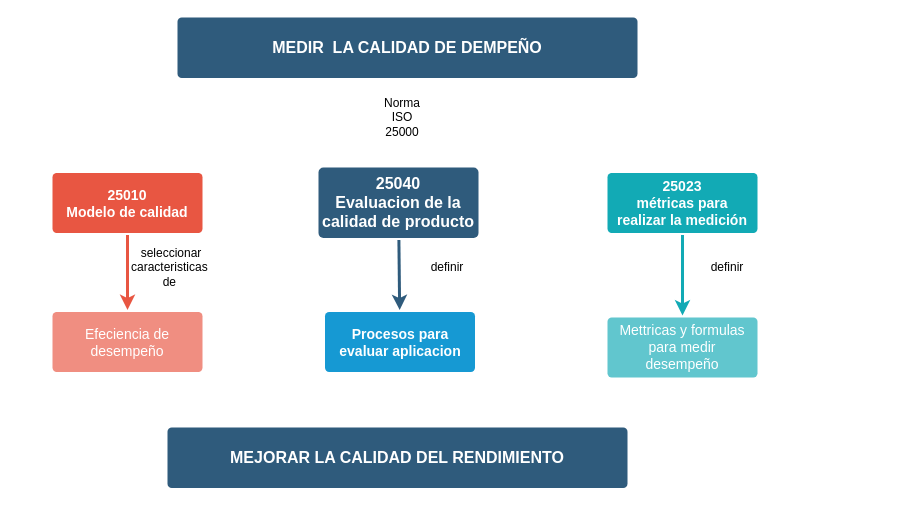
This is Untitled Diagram.drawio from julnarot/charts-improv-perform, a draw.io file, before an edit. Source tidied: cells renumbered, new cells numbered last; positions are measured from the earlier drawing's top-left corner, leaving out a move shared by most shapes. Both pictures are drawn from the tidied source at 100%, with x=0, y=0 at pixel (52, 17).
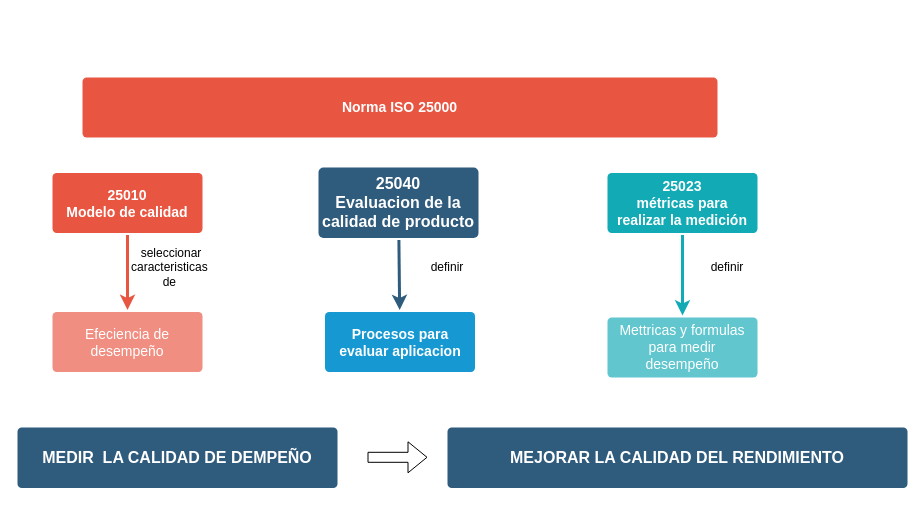
The same page after the edit.

Commit message:
Definicion de la norma

Change to the diagram source:
```diff
@@
 <mxGraphModel>
   <root>
     <mxCell id="0" />
     <mxCell id="1" parent="0" />
     <mxCell id="2" style="edgeStyle=none;rounded=0;jumpStyle=none;html=1;shadow=0;labelBackgroundColor=none;startArrow=none;startFill=0;endArrow=classic;endFill=1;jettySize=auto;strokeColor=#2F5B7C;strokeWidth=3;fontFamily=Helvetica;fontSize=16;fontColor=#23445D;spacing=5;" parent="1" edge="1" source="3" target="7">
       <mxGeometry relative="1" as="geometry" />
     </mxCell>
     <mxCell id="3" value="25040&lt;br&gt;Evaluacion de la calidad de producto" style="rounded=1;whiteSpace=wrap;html=1;shadow=0;labelBackgroundColor=none;strokeColor=none;strokeWidth=3;fillColor=#2F5B7C;fontFamily=Helvetica;fontSize=16;fontColor=#FFFFFF;align=center;fontStyle=1;spacing=5;arcSize=7;perimeterSpacing=2;" parent="1" vertex="1">
       <mxGeometry x="266" y="150" width="160" height="70.5" as="geometry" />
     </mxCell>
     <mxCell id="4" style="edgeStyle=none;rounded=1;jumpStyle=none;html=1;shadow=0;labelBackgroundColor=none;startArrow=none;startFill=0;jettySize=auto;strokeColor=#E85642;strokeWidth=3;fontFamily=Helvetica;fontSize=14;fontColor=#FFFFFF;spacing=5;fontStyle=1;fillColor=#b0e3e6;" parent="1" edge="1" source="5" target="6">
       <mxGeometry relative="1" as="geometry" />
     </mxCell>
     <mxCell id="5" value="25010&lt;br&gt;Modelo de calidad" style="rounded=1;whiteSpace=wrap;html=1;shadow=0;labelBackgroundColor=none;strokeColor=none;strokeWidth=3;fillColor=#e85642;fontFamily=Helvetica;fontSize=14;fontColor=#FFFFFF;align=center;spacing=5;fontStyle=1;arcSize=7;perimeterSpacing=2;" parent="1" vertex="1">
       <mxGeometry y="155.5" width="150" height="60" as="geometry" />
     </mxCell>
     <mxCell id="6" value="Efeciencia de desempeño" style="rounded=1;whiteSpace=wrap;html=1;shadow=0;labelBackgroundColor=none;strokeColor=none;strokeWidth=3;fillColor=#f08e81;fontFamily=Helvetica;fontSize=14;fontColor=#FFFFFF;align=center;spacing=5;fontStyle=0;arcSize=7;perimeterSpacing=2;" parent="1" vertex="1">
       <mxGeometry y="294.5" width="150" height="60" as="geometry" />
     </mxCell>
     <mxCell id="7" value="Procesos para evaluar aplicacion" style="rounded=1;whiteSpace=wrap;html=1;shadow=0;labelBackgroundColor=none;strokeColor=none;strokeWidth=3;fillColor=#1699d3;fontFamily=Helvetica;fontSize=14;fontColor=#FFFFFF;align=center;spacing=5;fontStyle=1;arcSize=7;perimeterSpacing=2;" parent="1" vertex="1">
       <mxGeometry x="272.5" y="294.5" width="150" height="60" as="geometry" />
     </mxCell>
     <mxCell id="8" value="25023&lt;br&gt;métricas para realizar la medición" style="rounded=1;whiteSpace=wrap;html=1;shadow=0;labelBackgroundColor=none;strokeColor=none;strokeWidth=3;fillColor=#12aab5;fontFamily=Helvetica;fontSize=14;fontColor=#FFFFFF;align=center;spacing=5;fontStyle=1;arcSize=7;perimeterSpacing=2;" parent="1" vertex="1">
       <mxGeometry x="555" y="155.5" width="150" height="60" as="geometry" />
     </mxCell>
     <mxCell id="9" value="Mettricas y formulas para medir desempeño" style="rounded=1;whiteSpace=wrap;html=1;shadow=0;labelBackgroundColor=none;strokeColor=none;strokeWidth=3;fillColor=#61c6ce;fontFamily=Helvetica;fontSize=14;fontColor=#FFFFFF;align=center;spacing=5;fontStyle=0;arcSize=7;perimeterSpacing=2;" parent="1" vertex="1">
       <mxGeometry x="555" y="300" width="150" height="60" as="geometry" />
     </mxCell>
     <mxCell id="10" style="edgeStyle=none;rounded=1;jumpStyle=none;html=1;shadow=0;labelBackgroundColor=none;startArrow=none;startFill=0;jettySize=auto;strokeColor=#12AAB5;strokeWidth=3;fontFamily=Helvetica;fontSize=14;fontColor=#FFFFFF;spacing=5;fontStyle=1;fillColor=#b0e3e6;" parent="1" edge="1" source="8" target="9">
       <mxGeometry relative="1" as="geometry" />
     </mxCell>
     <mxCell id="11" value="seleccionar caracteristicas&amp;nbsp; de&amp;nbsp;" style="text;html=1;strokeColor=none;fillColor=none;align=center;verticalAlign=middle;whiteSpace=wrap;rounded=0;" parent="1" vertex="1">
       <mxGeometry x="99" y="240" width="40" height="20" as="geometry" />
     </mxCell>
     <mxCell id="12" value="definir" style="text;html=1;strokeColor=none;fillColor=none;align=center;verticalAlign=middle;whiteSpace=wrap;rounded=0;" parent="1" vertex="1">
       <mxGeometry x="375" y="240" width="40" height="20" as="geometry" />
     </mxCell>
     <mxCell id="13" value="definir" style="text;html=1;strokeColor=none;fillColor=none;align=center;verticalAlign=middle;whiteSpace=wrap;rounded=0;" parent="1" vertex="1">
       <mxGeometry x="655" y="240" width="40" height="20" as="geometry" />
     </mxCell>
     <mxCell id="14" value="MEDIR&amp;nbsp; LA CALIDAD DE DEMPEÑO" style="rounded=1;whiteSpace=wrap;html=1;shadow=0;labelBackgroundColor=none;strokeColor=none;strokeWidth=3;fillColor=#2F5B7C;fontFamily=Helvetica;fontSize=16;fontColor=#FFFFFF;align=center;fontStyle=1;spacing=5;arcSize=7;perimeterSpacing=2;" parent="1" vertex="1">
-      <mxGeometry x="125" width="460" height="60.5" as="geometry" />
+      <mxGeometry x="-35" y="410" width="320" height="60.5" as="geometry" />
     </mxCell>
     <mxCell id="15" value="MEJORAR LA CALIDAD DEL RENDIMIENTO" style="rounded=1;whiteSpace=wrap;html=1;shadow=0;labelBackgroundColor=none;strokeColor=none;strokeWidth=3;fillColor=#2F5B7C;fontFamily=Helvetica;fontSize=16;fontColor=#FFFFFF;align=center;fontStyle=1;spacing=5;arcSize=7;perimeterSpacing=2;" parent="1" vertex="1">
-      <mxGeometry x="115" y="410" width="460" height="60.5" as="geometry" />
+      <mxGeometry x="395" y="410" width="460" height="60.5" as="geometry" />
     </mxCell>
+    <mxCell id="17" style="shape=flexArrow;endArrow=classic;html=1;" parent="1" edge="1">
+      <mxGeometry relative="1" as="geometry">
+        <mxPoint x="315" y="439.8" as="sourcePoint" />
+        <mxPoint x="375" y="439.8" as="targetPoint" />
+      </mxGeometry>
+    </mxCell>
-    <mxCell id="16" value="Norma ISO 25000" style="text;html=1;strokeColor=none;fillColor=none;align=center;verticalAlign=middle;whiteSpace=wrap;rounded=0;" parent="1" vertex="1">
-      <mxGeometry x="330" y="90" width="40" height="20" as="geometry" />
+    <mxCell id="16" value="Norma ISO 25000" style="rounded=1;whiteSpace=wrap;html=1;shadow=0;labelBackgroundColor=none;strokeColor=none;strokeWidth=3;fillColor=#e85642;fontFamily=Helvetica;fontSize=14;fontColor=#FFFFFF;align=center;spacing=5;fontStyle=1;arcSize=7;perimeterSpacing=2;" parent="1" vertex="1">
+      <mxGeometry x="30" y="60" width="635" height="60" as="geometry" />
     </mxCell>
   </root>
 </mxGraphModel>
```
